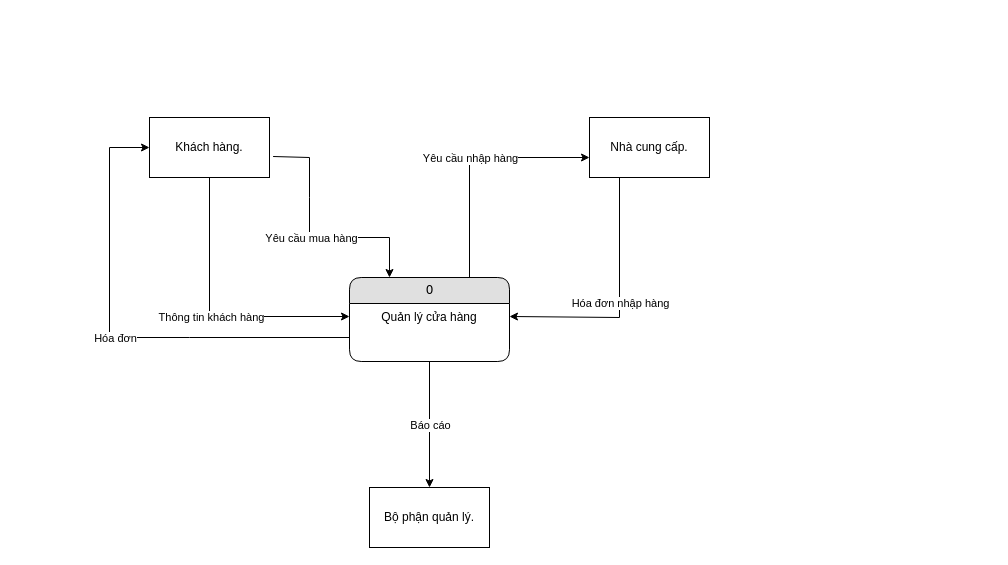
Above: Untitled Diagram.drawio in tinhxlee/Draw_Of_DAS (draw.io), before the change. Source tidied: cells renumbered, new cells numbered last; positions are measured from the earlier drawing's top-left corner, leaving out a move shared by most shapes. Both pictures are drawn from the tidied source at 100%, with x=0, y=0 at pixel (109, 117).
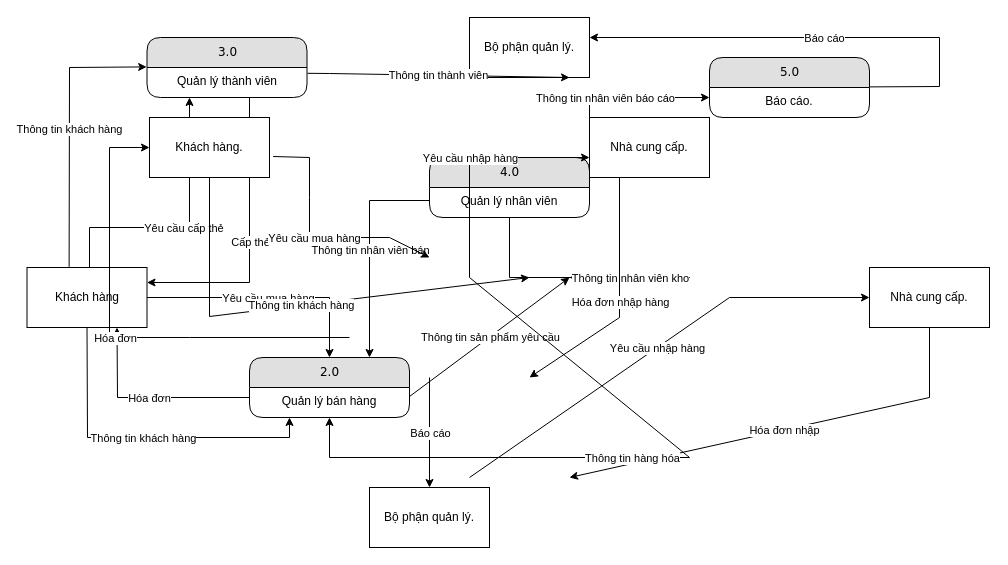
The same page after the edit.

The change refers to these unchanged cells:
```xml
<mxCell id="4" value="Nhà cung cấp." style="rounded=0;whiteSpace=wrap;html=1;" parent="1" vertex="1">
  <mxGeometry x="480" width="120" height="60" as="geometry" />
</mxCell>
<mxCell id="5" value="Khách hàng." style="rounded=0;whiteSpace=wrap;html=1;" parent="1" vertex="1">
  <mxGeometry x="40" width="120" height="60" as="geometry" />
</mxCell>
<mxCell id="6" value="Bộ phận quản lý." style="rounded=0;whiteSpace=wrap;html=1;" parent="1" vertex="1">
  <mxGeometry x="260" y="370" width="120" height="60" as="geometry" />
</mxCell>
```

Change to the diagram source:
```diff
@@
-    <mxCell id="2" value="0" style="swimlane;html=1;fontStyle=0;horizontal=1;startSize=26;fillColor=#e0e0e0;swimlaneFillColor=#ffffff;align=center;rounded=1;shadow=0;comic=0;labelBackgroundColor=none;strokeWidth=1;fontFamily=Verdana;fontSize=12;" parent="1" vertex="1">
-      <mxGeometry x="240" y="160" width="160" height="84" as="geometry" />
-    </mxCell>
-    <mxCell id="3" value="Quản lý cửa hàng" style="text;html=1;strokeColor=none;fillColor=none;spacingLeft=4;spacingRight=4;whiteSpace=wrap;overflow=hidden;points=[[0,0.5],[1,0.5]];portConstraint=eastwest;align=center;" parent="2" vertex="1">
-      <mxGeometry y="26" width="160" height="26" as="geometry" />
-    </mxCell>
+    <mxCell id="19" value="Nhà cung cấp." style="rounded=0;whiteSpace=wrap;html=1;" parent="1" vertex="1">
+      <mxGeometry x="760" y="150" width="120" height="60" as="geometry" />
+    </mxCell>
+    <mxCell id="20" style="endArrow=classic;html=1;rounded=0;exitX=0.5;exitY=0;exitDx=0;exitDy=0;entryX=0;entryY=0.5;entryDx=0;entryDy=0;" parent="1" edge="1" target="19">
+      <mxGeometry relative="1" as="geometry">
+        <mxPoint x="360" y="360" as="sourcePoint" />
+        <Array as="points">
+          <mxPoint x="620" y="180" />
+        </Array>
+      </mxGeometry>
+    </mxCell>
+    <mxCell id="21" value="Yêu cầu nhập hàng" style="edgeLabel;html=1;align=center;verticalAlign=middle;" parent="20" vertex="1">
+      <mxGeometry relative="1" as="geometry" />
+    </mxCell>
+    <mxCell id="22" style="endArrow=classic;html=1;rounded=0;entryX=1;entryY=0.5;entryDx=0;entryDy=0;exitX=0.5;exitY=1;exitDx=0;exitDy=0;" parent="1" edge="1" source="19">
+      <mxGeometry relative="1" as="geometry">
+        <mxPoint x="460" y="360" as="targetPoint" />
+        <Array as="points">
+          <mxPoint x="820" y="280" />
+        </Array>
+      </mxGeometry>
+    </mxCell>
+    <mxCell id="23" value="Hóa đơn nhập" style="edgeLabel;html=1;align=center;verticalAlign=middle;" parent="22" vertex="1">
+      <mxGeometry relative="1" as="geometry" />
+    </mxCell>
+    <mxCell id="24" value="2.0" style="swimlane;html=1;fontStyle=0;horizontal=1;startSize=30;fillColor=#e0e0e0;swimlaneFillColor=#ffffff;align=center;rounded=1;shadow=0;comic=0;labelBackgroundColor=none;strokeWidth=1;fontFamily=Verdana;fontSize=12;" parent="1" vertex="1">
+      <mxGeometry x="140" y="240" width="160" height="60" as="geometry" />
+    </mxCell>
+    <mxCell id="25" value="Quản lý bán hàng" style="text;html=1;strokeColor=none;fillColor=none;spacingLeft=4;spacingRight=4;whiteSpace=wrap;overflow=hidden;align=center;" parent="24" vertex="1">
+      <mxGeometry y="30" width="160" height="26" as="geometry" />
+    </mxCell>
+    <mxCell id="26" style="endArrow=classic;html=1;rounded=0;entryX=0;entryY=0.5;entryDx=0;entryDy=0;" parent="1" edge="1">
+      <mxGeometry relative="1" as="geometry">
+        <mxPoint x="300" y="279" as="sourcePoint" />
+        <mxPoint x="460" y="160" as="targetPoint" />
+      </mxGeometry>
+    </mxCell>
+    <mxCell id="27" value="Thông tin sản phẩm yêu cầu" style="edgeLabel;html=1;align=center;verticalAlign=middle;" parent="26" vertex="1">
+      <mxGeometry relative="1" as="geometry" />
+    </mxCell>
+    <mxCell id="28" style="endArrow=classic;html=1;rounded=0;exitX=0.25;exitY=1;exitDx=0;exitDy=0;entryX=0.5;entryY=1;entryDx=0;entryDy=0;" parent="1" edge="1" target="24">
+      <mxGeometry relative="1" as="geometry">
+        <mxPoint x="360" y="160" as="sourcePoint" />
+        <Array as="points">
+          <mxPoint x="580" y="340" />
+          <mxPoint x="400" y="340" />
+          <mxPoint x="220" y="340" />
+        </Array>
+      </mxGeometry>
+    </mxCell>
+    <mxCell id="29" value="Thông tin hàng hóa" style="edgeLabel;html=1;align=center;verticalAlign=middle;" parent="28" vertex="1">
+      <mxGeometry relative="1" as="geometry" />
+    </mxCell>
+    <mxCell id="30" value="Khách hàng" style="rounded=0;whiteSpace=wrap;html=1;" parent="1" vertex="1">
+      <mxGeometry x="-82.5" y="150" width="120" height="60" as="geometry" />
+    </mxCell>
+    <mxCell id="31" style="endArrow=classic;html=1;rounded=0;exitX=1;exitY=0.5;exitDx=0;exitDy=0;entryX=0.5;entryY=0;entryDx=0;entryDy=0;" parent="1" edge="1" source="30" target="24">
+      <mxGeometry relative="1" as="geometry">
+        <Array as="points">
+          <mxPoint x="220" y="180" />
+        </Array>
+      </mxGeometry>
+    </mxCell>
+    <mxCell id="32" value="Yêu cầu mua hàng" style="edgeLabel;html=1;align=center;verticalAlign=middle;" parent="31" vertex="1">
+      <mxGeometry relative="1" as="geometry" />
+    </mxCell>
+    <mxCell id="33" style="endArrow=classic;html=1;rounded=0;exitX=0.5;exitY=1;exitDx=0;exitDy=0;entryX=0.25;entryY=1;entryDx=0;entryDy=0;" parent="1" edge="1" source="30" target="24">
+      <mxGeometry relative="1" as="geometry">
+        <Array as="points">
+          <mxPoint x="-22" y="320" />
+          <mxPoint x="180" y="320" />
+        </Array>
+      </mxGeometry>
+    </mxCell>
+    <mxCell id="34" value="Thông tin khách hàng" style="edgeLabel;html=1;align=center;verticalAlign=middle;" parent="33" vertex="1">
+      <mxGeometry relative="1" as="geometry" />
+    </mxCell>
+    <mxCell id="35" style="endArrow=classic;html=1;rounded=0;entryX=0.75;entryY=1;entryDx=0;entryDy=0;" parent="1" edge="1" target="30">
+      <mxGeometry relative="1" as="geometry">
+        <mxPoint x="140" y="280" as="sourcePoint" />
+        <Array as="points">
+          <mxPoint x="8" y="280" />
+        </Array>
+      </mxGeometry>
+    </mxCell>
+    <mxCell id="36" value="Hóa đơn" style="edgeLabel;html=1;align=center;verticalAlign=middle;" parent="35" vertex="1">
+      <mxGeometry relative="1" as="geometry" />
+    </mxCell>
+    <mxCell id="37" value="4.0" style="swimlane;html=1;fontStyle=0;horizontal=1;startSize=30;fillColor=#e0e0e0;swimlaneFillColor=#ffffff;align=center;rounded=1;shadow=0;comic=0;labelBackgroundColor=none;strokeWidth=1;fontFamily=Verdana;fontSize=12;" parent="1" vertex="1">
+      <mxGeometry x="320" y="40" width="160" height="60" as="geometry" />
+    </mxCell>
+    <mxCell id="38" value="Quản lý nhân viên" style="text;html=1;strokeColor=none;fillColor=none;spacingLeft=4;spacingRight=4;whiteSpace=wrap;overflow=hidden;points=[[0,0.5],[1,0.5]];portConstraint=eastwest;align=center;" parent="37" vertex="1">
+      <mxGeometry y="30" width="160" height="26" as="geometry" />
+    </mxCell>
+    <mxCell id="39" style="endArrow=classic;html=1;rounded=0;entryX=0.75;entryY=0;entryDx=0;entryDy=0;exitX=0;exitY=0.5;exitDx=0;exitDy=0;" parent="1" edge="1" source="38" target="24">
+      <mxGeometry relative="1" as="geometry">
+        <Array as="points">
+          <mxPoint x="260" y="83" />
+          <mxPoint x="260" y="120" />
+        </Array>
+      </mxGeometry>
+    </mxCell>
+    <mxCell id="40" value="Thông tin nhân viên bán" style="edgeLabel;html=1;align=center;verticalAlign=middle;" parent="39" vertex="1">
+      <mxGeometry relative="1" as="geometry" />
+    </mxCell>
+    <mxCell id="41" value="5.0" style="swimlane;html=1;fontStyle=0;horizontal=1;startSize=30;fillColor=#e0e0e0;swimlaneFillColor=#ffffff;align=center;rounded=1;shadow=0;comic=0;labelBackgroundColor=none;strokeWidth=1;fontFamily=Verdana;fontSize=12;" parent="1" vertex="1">
+      <mxGeometry x="600" y="-60" width="160" height="60" as="geometry" />
+    </mxCell>
+    <mxCell id="42" value="Báo cáo." style="text;html=1;strokeColor=none;fillColor=none;spacingLeft=4;spacingRight=4;whiteSpace=wrap;overflow=hidden;points=[[0,0.5],[1,0.5]];portConstraint=eastwest;align=center;" parent="41" vertex="1">
+      <mxGeometry y="30" width="160" height="26" as="geometry" />
+    </mxCell>
+    <mxCell id="43" value="Bộ phận quản lý." style="rounded=0;whiteSpace=wrap;html=1;" parent="1" vertex="1">
+      <mxGeometry x="360" y="-100" width="120" height="60" as="geometry" />
+    </mxCell>
+    <mxCell id="44" style="endArrow=classic;html=1;rounded=0;exitX=1.003;exitY=-0.023;exitDx=0;exitDy=0;exitPerimeter=0;" parent="1" edge="1" source="42">
+      <mxGeometry relative="1" as="geometry">
+        <mxPoint x="480" y="-80" as="targetPoint" />
+        <Array as="points">
+          <mxPoint x="830" y="-31" />
+          <mxPoint x="830" y="-80" />
+        </Array>
+      </mxGeometry>
+    </mxCell>
+    <mxCell id="45" value="Báo cáo" style="edgeLabel;html=1;align=center;verticalAlign=middle;" parent="44" vertex="1">
+      <mxGeometry relative="1" as="geometry" />
+    </mxCell>
+    <mxCell id="46" style="endArrow=classic;html=1;rounded=0;" parent="1" edge="1">
+      <mxGeometry relative="1" as="geometry">
+        <mxPoint x="480" y="70" as="sourcePoint" />
+        <mxPoint x="600" y="-20" as="targetPoint" />
+        <Array as="points">
+          <mxPoint x="480" y="-20" />
+        </Array>
+      </mxGeometry>
+    </mxCell>
+    <mxCell id="47" value="Thông tin nhân viên báo cáo" style="edgeLabel;html=1;align=center;verticalAlign=middle;" parent="46" vertex="1">
+      <mxGeometry relative="1" as="geometry" />
+    </mxCell>
+    <mxCell id="48" style="endArrow=classic;html=1;rounded=0;entryX=0.25;entryY=0;entryDx=0;entryDy=0;exitX=0.5;exitY=1;exitDx=0;exitDy=0;" parent="1" edge="1" source="37">
+      <mxGeometry relative="1" as="geometry">
+        <mxPoint x="460" y="160" as="targetPoint" />
+        <Array as="points">
+          <mxPoint x="400" y="160" />
+          <mxPoint x="580" y="160" />
+        </Array>
+      </mxGeometry>
+    </mxCell>
+    <mxCell id="49" value="Thông tin nhân viên kho" style="edgeLabel;html=1;align=center;verticalAlign=middle;" parent="48" vertex="1">
+      <mxGeometry relative="1" as="geometry" />
+    </mxCell>
+    <mxCell id="50" value="3.0" style="swimlane;html=1;fontStyle=0;horizontal=1;startSize=30;fillColor=#e0e0e0;swimlaneFillColor=#ffffff;align=center;rounded=1;shadow=0;comic=0;labelBackgroundColor=none;strokeWidth=1;fontFamily=Verdana;fontSize=12;" parent="1" vertex="1">
+      <mxGeometry x="37.5" y="-80" width="160" height="60" as="geometry" />
+    </mxCell>
+    <mxCell id="51" value="Quản lý thành viên" style="text;html=1;strokeColor=none;fillColor=none;spacingLeft=4;spacingRight=4;whiteSpace=wrap;overflow=hidden;points=[[0,0.5],[1,0.5]];portConstraint=eastwest;align=center;" parent="50" vertex="1">
+      <mxGeometry y="30" width="160" height="26" as="geometry" />
+    </mxCell>
+    <mxCell id="52" style="endArrow=classic;html=1;rounded=0;" parent="1" edge="1">
+      <mxGeometry relative="1" as="geometry">
+        <mxPoint x="-20" y="150" as="sourcePoint" />
+        <mxPoint x="80" y="-20" as="targetPoint" />
+        <Array as="points">
+          <mxPoint x="-20" y="110" />
+          <mxPoint x="80" y="110" />
+        </Array>
+      </mxGeometry>
+    </mxCell>
+    <mxCell id="53" value="Yêu cầu cấp thẻ&amp;nbsp;" style="edgeLabel;html=1;align=center;verticalAlign=middle;" parent="52" vertex="1">
+      <mxGeometry relative="1" as="geometry" />
+    </mxCell>
+    <mxCell id="54" style="endArrow=classic;html=1;rounded=0;exitX=0.351;exitY=-0.01;exitDx=0;exitDy=0;exitPerimeter=0;entryX=-0.002;entryY=-0.023;entryDx=0;entryDy=0;entryPerimeter=0;" parent="1" edge="1" source="30" target="51">
+      <mxGeometry relative="1" as="geometry">
+        <Array as="points">
+          <mxPoint x="-40" y="-50" />
+        </Array>
+      </mxGeometry>
+    </mxCell>
+    <mxCell id="55" value="Thông tin khách hàng" style="edgeLabel;html=1;align=center;verticalAlign=middle;" parent="54" vertex="1">
+      <mxGeometry relative="1" as="geometry" />
+    </mxCell>
+    <mxCell id="56" style="endArrow=classic;html=1;rounded=0;entryX=1;entryY=0.25;entryDx=0;entryDy=0;" parent="1" edge="1" target="30">
+      <mxGeometry relative="1" as="geometry">
+        <mxPoint x="140" y="-20" as="sourcePoint" />
+        <Array as="points">
+          <mxPoint x="140" y="165" />
+        </Array>
+      </mxGeometry>
+    </mxCell>
+    <mxCell id="57" value="Cấp thẻ" style="edgeLabel;html=1;align=center;verticalAlign=middle;" parent="56" vertex="1">
+      <mxGeometry relative="1" as="geometry" />
+    </mxCell>
+    <mxCell id="58" style="endArrow=classic;html=1;rounded=0;exitX=1.003;exitY=0.223;exitDx=0;exitDy=0;exitPerimeter=0;entryX=0.604;entryY=-0.1;entryDx=0;entryDy=0;entryPerimeter=0;" parent="1" edge="1" source="51">
+      <mxGeometry relative="1" as="geometry">
+        <mxPoint x="460" y="-40" as="targetPoint" />
+        <Array as="points">
+          <mxPoint x="220" y="-44" />
+        </Array>
+      </mxGeometry>
+    </mxCell>
+    <mxCell id="59" value="Thông tin thành viên" style="edgeLabel;html=1;align=center;verticalAlign=middle;" parent="58" vertex="1">
+      <mxGeometry relative="1" as="geometry" />
+    </mxCell>
@@
-    <mxCell id="7" style="endArrow=classic;html=1;rounded=0;exitX=1.03;exitY=0.65;exitDx=0;exitDy=0;entryX=0.25;entryY=0;entryDx=0;entryDy=0;exitPerimeter=0;" parent="1" edge="1" source="5" target="2">
+    <mxCell id="7" style="endArrow=classic;html=1;rounded=0;exitX=1.03;exitY=0.65;exitDx=0;exitDy=0;entryX=0.25;entryY=0;entryDx=0;entryDy=0;exitPerimeter=0;" parent="1" edge="1" source="5">
       <mxGeometry relative="1" as="geometry">
+        <mxPoint x="320" y="140" as="targetPoint" />
         <Array as="points">
           <mxPoint x="200" y="40" />
           <mxPoint x="200" y="80" />
           <mxPoint x="200" y="120" />
           <mxPoint x="280" y="120" />
         </Array>
       </mxGeometry>
     </mxCell>
@@
-    <mxCell id="9" style="endArrow=classic;html=1;rounded=0;exitX=0.5;exitY=1;exitDx=0;exitDy=0;entryX=0;entryY=0.5;entryDx=0;entryDy=0;" parent="1" edge="1" source="5" target="3">
+    <mxCell id="9" style="endArrow=classic;html=1;rounded=0;exitX=0.5;exitY=1;exitDx=0;exitDy=0;entryX=0;entryY=0.5;entryDx=0;entryDy=0;" parent="1" edge="1" source="5">
       <mxGeometry relative="1" as="geometry">
+        <mxPoint x="420" y="160" as="targetPoint" />
         <Array as="points">
           <mxPoint x="100" y="199" />
         </Array>
       </mxGeometry>
     </mxCell>
@@
-    <mxCell id="15" style="endArrow=classic;html=1;rounded=0;entryX=1;entryY=0.5;entryDx=0;entryDy=0;exitX=0.25;exitY=1;exitDx=0;exitDy=0;" parent="1" edge="1" source="4" target="3">
+    <mxCell id="15" style="endArrow=classic;html=1;rounded=0;entryX=1;entryY=0.5;entryDx=0;entryDy=0;exitX=0.25;exitY=1;exitDx=0;exitDy=0;" parent="1" edge="1" source="4">
       <mxGeometry relative="1" as="geometry">
+        <mxPoint x="420" y="260" as="targetPoint" />
         <Array as="points">
           <mxPoint x="510" y="200" />
         </Array>
       </mxGeometry>
     </mxCell>
@@
-    <mxCell id="17" style="endArrow=classic;html=1;rounded=0;exitX=0.5;exitY=1;exitDx=0;exitDy=0;entryX=0.5;entryY=0;entryDx=0;entryDy=0;" parent="1" edge="1" source="2" target="6">
-      <mxGeometry relative="1" as="geometry" />
+    <mxCell id="17" style="endArrow=classic;html=1;rounded=0;exitX=0.5;exitY=1;exitDx=0;exitDy=0;entryX=0.5;entryY=0;entryDx=0;entryDy=0;" parent="1" edge="1" target="6">
+      <mxGeometry relative="1" as="geometry">
+        <mxPoint x="320" y="260" as="sourcePoint" />
+      </mxGeometry>
     </mxCell>
```
